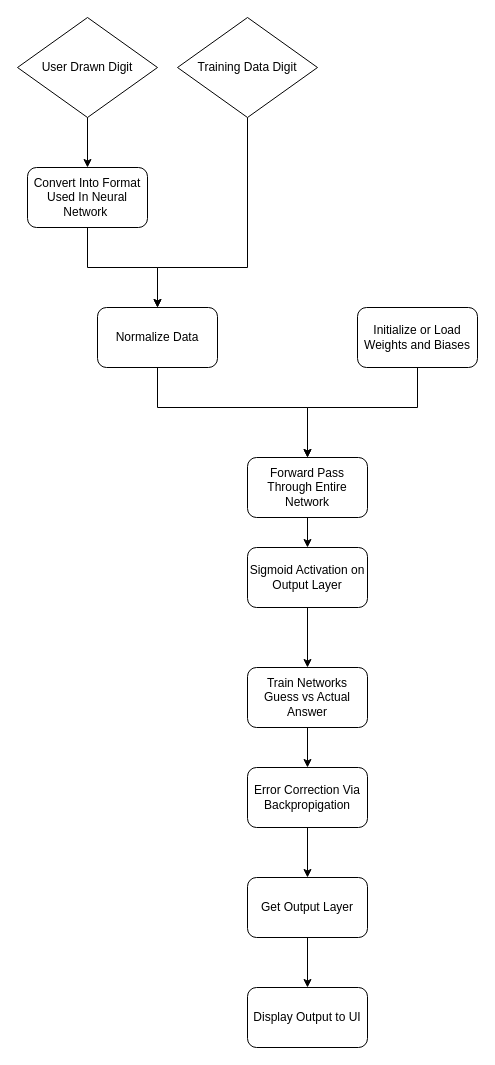
Earlier version of the draw.io diagram Untitled Diagram.drawio (MyutVoilim/Digit_Recognizer). Source tidied: cells renumbered, new cells numbered last; positions are measured from the earlier drawing's top-left corner, leaving out a move shared by most shapes. Both pictures are drawn from the tidied source at 100%, with x=0, y=0 at pixel (17, 17).
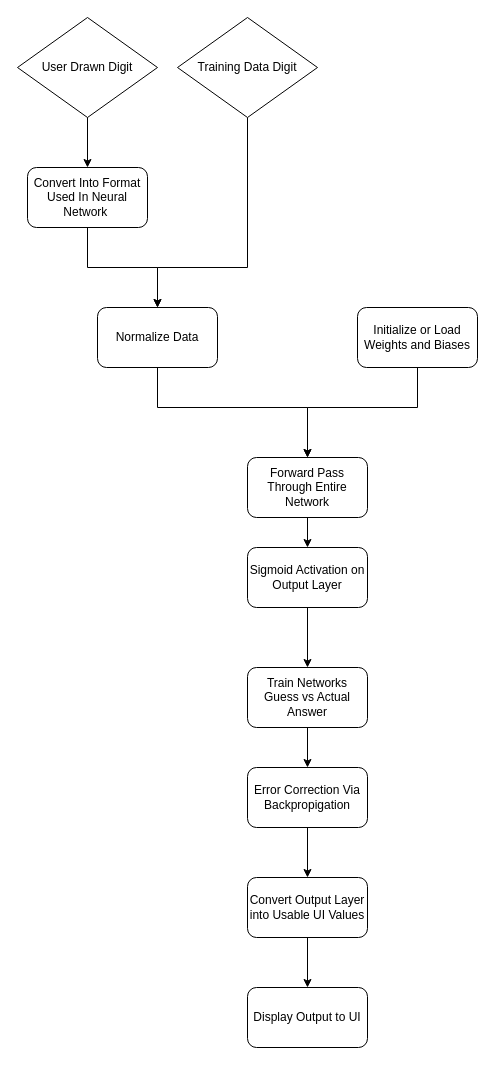
The same page after the edit.

The edit, as a diff of the source:
```diff
@@
-    <mxCell id="15" value="Get Output Layer" style="rounded=1;whiteSpace=wrap;html=1;" parent="1" vertex="1">
+    <mxCell id="15" value="Convert Output Layer into Usable UI Values" style="rounded=1;whiteSpace=wrap;html=1;" parent="1" vertex="1">
       <mxGeometry x="230" y="860" width="120" height="60" as="geometry" />
     </mxCell>
```
